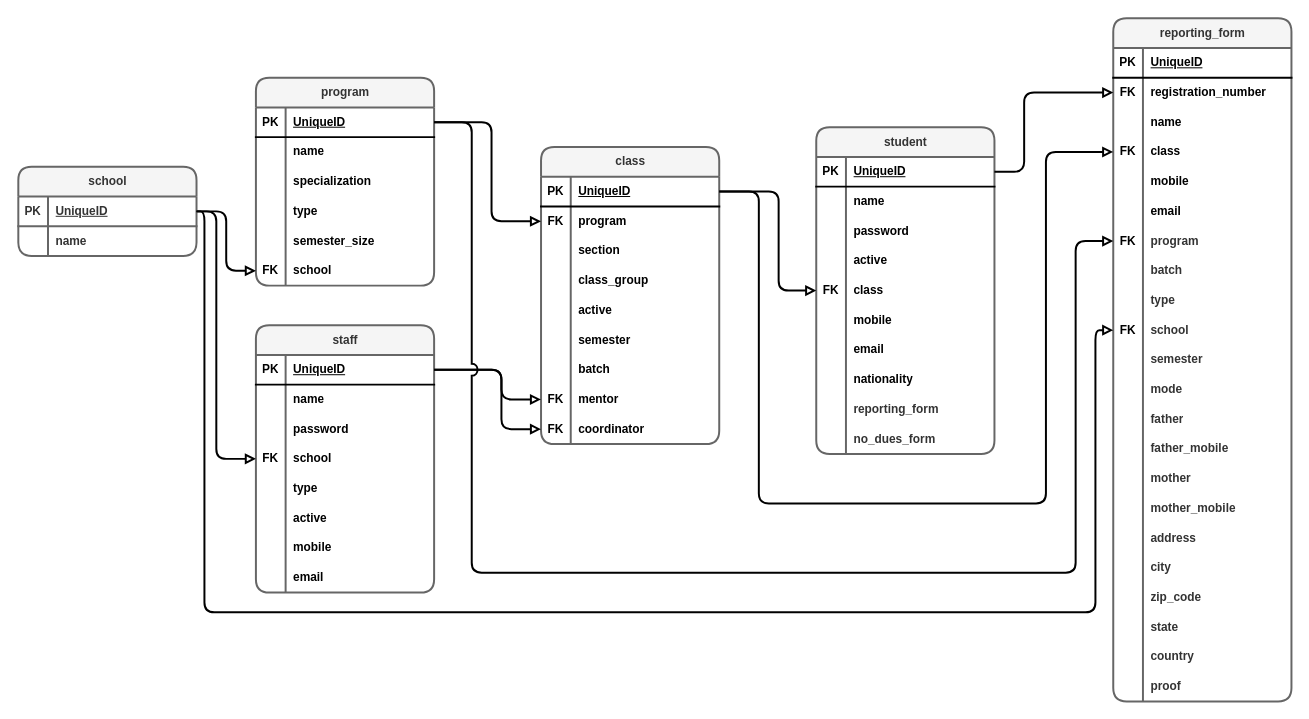
Earlier version of the draw.io diagram app/sql/dbSchema.drawio (livleensinghchani/ctu-website). Source tidied: cells renumbered, new cells numbered last; positions are measured from the earlier drawing's top-left corner, leaving out a move shared by most shapes. Both pictures are drawn from the tidied source at 99%, with x=0, y=0 at pixel (18, 18).
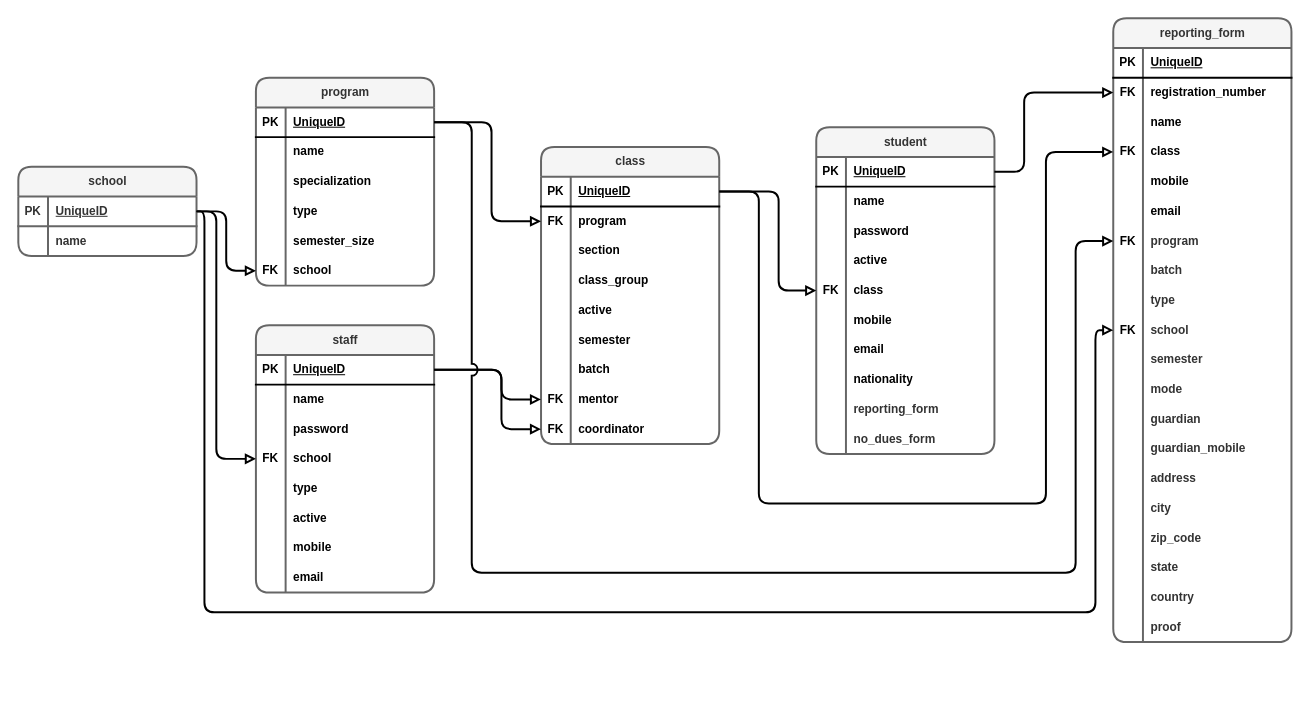
The same page after the edit.

Diff of the diagram source:
```diff
@@
     <mxCell id="109" value="reporting_form" style="shape=table;startSize=30;childLayout=tableLayout;rowLines=0;fontStyle=1;align=center;html=1;rounded=1;strokeColor=#666666;strokeWidth=2;verticalAlign=middle;fontFamily=Helvetica;fontSize=12;fontColor=#333333;fillColor=#f5f5f5;" parent="1" vertex="1">
-      <mxGeometry x="1106" width="180" height="690" as="geometry" />
+      <mxGeometry x="1106" width="180" height="630" as="geometry" />
     </mxCell>
@@
-    <mxCell id="146" style="shape=tableRow;horizontal=0;startSize=0;swimlaneHead=0;swimlaneBody=0;fillColor=none;top=0;left=0;right=0;bottom=0;rounded=1;strokeColor=default;strokeWidth=2;align=center;verticalAlign=middle;fontFamily=Helvetica;fontSize=12;fontColor=default;fontStyle=1;" parent="109" vertex="1">
-      <mxGeometry y="390" width="180" height="30" as="geometry" />
-    </mxCell>
-    <mxCell id="147" style="shape=partialRectangle;fillColor=none;top=0;left=0;bottom=0;right=0;overflow=hidden;whiteSpace=wrap;html=1;rounded=1;strokeColor=default;strokeWidth=2;align=center;verticalAlign=middle;fontFamily=Helvetica;fontSize=12;fontColor=default;fontStyle=1;" parent="146" vertex="1">
-      <mxGeometry width="30" height="30" as="geometry" />
-    </mxCell>
-    <mxCell id="148" value="&lt;font color=&quot;#333333&quot;&gt;&lt;span style=&quot;text-wrap: nowrap;&quot;&gt;father&lt;/span&gt;&lt;/font&gt;" style="shape=partialRectangle;fillColor=none;top=0;left=0;bottom=0;right=0;align=left;spacingLeft=6;overflow=hidden;whiteSpace=wrap;html=1;rounded=1;strokeColor=default;strokeWidth=2;verticalAlign=middle;fontFamily=Helvetica;fontSize=12;fontColor=default;fontStyle=1;" parent="146" vertex="1">
-      <mxGeometry x="30" width="150" height="30" as="geometry" />
-    </mxCell>
-    <mxCell id="149" style="shape=tableRow;horizontal=0;startSize=0;swimlaneHead=0;swimlaneBody=0;fillColor=none;top=0;left=0;right=0;bottom=0;rounded=1;strokeColor=default;strokeWidth=2;align=center;verticalAlign=middle;fontFamily=Helvetica;fontSize=12;fontColor=default;fontStyle=1;" parent="109" vertex="1">
-      <mxGeometry y="420" width="180" height="30" as="geometry" />
-    </mxCell>
-    <mxCell id="150" style="shape=partialRectangle;fillColor=none;top=0;left=0;bottom=0;right=0;overflow=hidden;whiteSpace=wrap;html=1;rounded=1;strokeColor=default;strokeWidth=2;align=center;verticalAlign=middle;fontFamily=Helvetica;fontSize=12;fontColor=default;fontStyle=1;" parent="149" vertex="1">
-      <mxGeometry width="30" height="30" as="geometry" />
-    </mxCell>
-    <mxCell id="151" value="&lt;font color=&quot;#333333&quot;&gt;&lt;span style=&quot;text-wrap: nowrap;&quot;&gt;father_mobile&lt;/span&gt;&lt;/font&gt;" style="shape=partialRectangle;fillColor=none;top=0;left=0;bottom=0;right=0;align=left;spacingLeft=6;overflow=hidden;whiteSpace=wrap;html=1;rounded=1;strokeColor=default;strokeWidth=2;verticalAlign=middle;fontFamily=Helvetica;fontSize=12;fontColor=default;fontStyle=1;" parent="149" vertex="1">
-      <mxGeometry x="30" width="150" height="30" as="geometry" />
-    </mxCell>
     <mxCell id="152" style="shape=tableRow;horizontal=0;startSize=0;swimlaneHead=0;swimlaneBody=0;fillColor=none;top=0;left=0;right=0;bottom=0;rounded=1;strokeColor=default;strokeWidth=2;align=center;verticalAlign=middle;fontFamily=Helvetica;fontSize=12;fontColor=default;fontStyle=1;" parent="109" vertex="1">
-      <mxGeometry y="450" width="180" height="30" as="geometry" />
+      <mxGeometry y="390" width="180" height="30" as="geometry" />
     </mxCell>
@@
-    <mxCell id="154" value="&lt;font color=&quot;#333333&quot;&gt;&lt;span style=&quot;text-wrap: nowrap;&quot;&gt;mother&lt;/span&gt;&lt;/font&gt;" style="shape=partialRectangle;fillColor=none;top=0;left=0;bottom=0;right=0;align=left;spacingLeft=6;overflow=hidden;whiteSpace=wrap;html=1;rounded=1;strokeColor=default;strokeWidth=2;verticalAlign=middle;fontFamily=Helvetica;fontSize=12;fontColor=default;fontStyle=1;" parent="152" vertex="1">
+    <mxCell id="154" value="&lt;font color=&quot;#333333&quot;&gt;&lt;span style=&quot;text-wrap: nowrap;&quot;&gt;guardian&lt;/span&gt;&lt;/font&gt;" style="shape=partialRectangle;fillColor=none;top=0;left=0;bottom=0;right=0;align=left;spacingLeft=6;overflow=hidden;whiteSpace=wrap;html=1;rounded=1;strokeColor=default;strokeWidth=2;verticalAlign=middle;fontFamily=Helvetica;fontSize=12;fontColor=default;fontStyle=1;" parent="152" vertex="1">
       <mxGeometry x="30" width="150" height="30" as="geometry" />
     </mxCell>
     <mxCell id="155" style="shape=tableRow;horizontal=0;startSize=0;swimlaneHead=0;swimlaneBody=0;fillColor=none;top=0;left=0;right=0;bottom=0;rounded=1;strokeColor=default;strokeWidth=2;align=center;verticalAlign=middle;fontFamily=Helvetica;fontSize=12;fontColor=default;fontStyle=1;" parent="109" vertex="1">
-      <mxGeometry y="480" width="180" height="30" as="geometry" />
+      <mxGeometry y="420" width="180" height="30" as="geometry" />
     </mxCell>
@@
-    <mxCell id="157" value="&lt;font color=&quot;#333333&quot;&gt;&lt;span style=&quot;text-wrap: nowrap;&quot;&gt;mother_mobile&lt;/span&gt;&lt;/font&gt;" style="shape=partialRectangle;fillColor=none;top=0;left=0;bottom=0;right=0;align=left;spacingLeft=6;overflow=hidden;whiteSpace=wrap;html=1;rounded=1;strokeColor=default;strokeWidth=2;verticalAlign=middle;fontFamily=Helvetica;fontSize=12;fontColor=default;fontStyle=1;" parent="155" vertex="1">
+    <mxCell id="157" value="&lt;font color=&quot;#333333&quot;&gt;&lt;span style=&quot;text-wrap: nowrap;&quot;&gt;guardian_mobile&lt;/span&gt;&lt;/font&gt;" style="shape=partialRectangle;fillColor=none;top=0;left=0;bottom=0;right=0;align=left;spacingLeft=6;overflow=hidden;whiteSpace=wrap;html=1;rounded=1;strokeColor=default;strokeWidth=2;verticalAlign=middle;fontFamily=Helvetica;fontSize=12;fontColor=default;fontStyle=1;" parent="155" vertex="1">
       <mxGeometry x="30" width="150" height="30" as="geometry" />
     </mxCell>
     <mxCell id="158" style="shape=tableRow;horizontal=0;startSize=0;swimlaneHead=0;swimlaneBody=0;fillColor=none;top=0;left=0;right=0;bottom=0;rounded=1;strokeColor=default;strokeWidth=2;align=center;verticalAlign=middle;fontFamily=Helvetica;fontSize=12;fontColor=default;fontStyle=1;" parent="109" vertex="1">
-      <mxGeometry y="510" width="180" height="30" as="geometry" />
+      <mxGeometry y="450" width="180" height="30" as="geometry" />
     </mxCell>
@@
     <mxCell id="161" style="shape=tableRow;horizontal=0;startSize=0;swimlaneHead=0;swimlaneBody=0;fillColor=none;top=0;left=0;right=0;bottom=0;rounded=1;strokeColor=default;strokeWidth=2;align=center;verticalAlign=middle;fontFamily=Helvetica;fontSize=12;fontColor=default;fontStyle=1;" parent="109" vertex="1">
-      <mxGeometry y="540" width="180" height="30" as="geometry" />
+      <mxGeometry y="480" width="180" height="30" as="geometry" />
     </mxCell>
@@
     <mxCell id="164" style="shape=tableRow;horizontal=0;startSize=0;swimlaneHead=0;swimlaneBody=0;fillColor=none;top=0;left=0;right=0;bottom=0;rounded=1;strokeColor=default;strokeWidth=2;align=center;verticalAlign=middle;fontFamily=Helvetica;fontSize=12;fontColor=default;fontStyle=1;" parent="109" vertex="1">
-      <mxGeometry y="570" width="180" height="30" as="geometry" />
+      <mxGeometry y="510" width="180" height="30" as="geometry" />
     </mxCell>
@@
     <mxCell id="167" style="shape=tableRow;horizontal=0;startSize=0;swimlaneHead=0;swimlaneBody=0;fillColor=none;top=0;left=0;right=0;bottom=0;rounded=1;strokeColor=default;strokeWidth=2;align=center;verticalAlign=middle;fontFamily=Helvetica;fontSize=12;fontColor=default;fontStyle=1;" parent="109" vertex="1">
-      <mxGeometry y="600" width="180" height="30" as="geometry" />
+      <mxGeometry y="540" width="180" height="30" as="geometry" />
     </mxCell>
@@
     <mxCell id="170" style="shape=tableRow;horizontal=0;startSize=0;swimlaneHead=0;swimlaneBody=0;fillColor=none;top=0;left=0;right=0;bottom=0;rounded=1;strokeColor=default;strokeWidth=2;align=center;verticalAlign=middle;fontFamily=Helvetica;fontSize=12;fontColor=default;fontStyle=1;" parent="109" vertex="1">
-      <mxGeometry y="630" width="180" height="30" as="geometry" />
+      <mxGeometry y="570" width="180" height="30" as="geometry" />
     </mxCell>
@@
     <mxCell id="173" style="shape=tableRow;horizontal=0;startSize=0;swimlaneHead=0;swimlaneBody=0;fillColor=none;top=0;left=0;right=0;bottom=0;rounded=1;strokeColor=default;strokeWidth=2;align=center;verticalAlign=middle;fontFamily=Helvetica;fontSize=12;fontColor=default;fontStyle=1;" parent="109" vertex="1">
-      <mxGeometry y="660" width="180" height="30" as="geometry" />
+      <mxGeometry y="600" width="180" height="30" as="geometry" />
     </mxCell>
```
